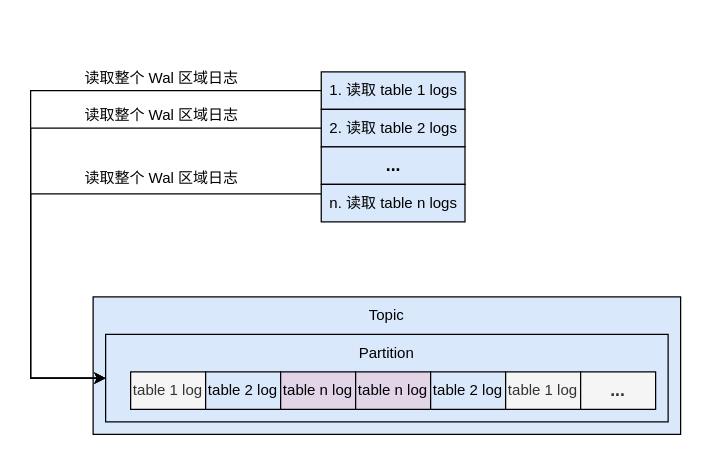
The draw.io diagram kafkawal.drawio in Rachelint/drawio-store, before the edit. Source tidied: cells renumbered, new cells numbered last; positions are measured from the earlier drawing's top-left corner, leaving out a move shared by most shapes. Both pictures are drawn from the tidied source at 125%, with x=0, y=0 at pixel (30, 59).
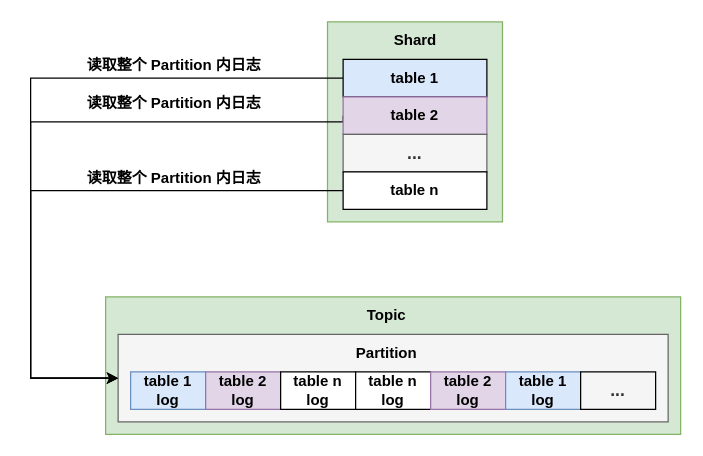
The same diagram, later.

Diff of the diagram source:
```diff
@@
+    <mxCell id="23" style="rounded=0;whiteSpace=wrap;html=1;fillColor=#d5e8d4;strokeColor=#82b366;fontStyle=1;" parent="1" vertex="1">
+      <mxGeometry x="237.5" y="-30" width="140" height="160" as="geometry" />
+    </mxCell>
-    <mxCell id="2" style="rounded=0;whiteSpace=wrap;html=1;fillColor=#dae8fc;strokeColor=#000000;" parent="1" vertex="1">
-      <mxGeometry x="50" y="190" width="470" height="110" as="geometry" />
+    <mxCell id="2" style="rounded=0;whiteSpace=wrap;html=1;fillColor=#d5e8d4;strokeColor=#82b366;fontStyle=1;" parent="1" vertex="1">
+      <mxGeometry x="60" y="190" width="460" height="110" as="geometry" />
     </mxCell>
-    <mxCell id="3" style="rounded=0;whiteSpace=wrap;html=1;fillColor=#dae8fc;strokeColor=#000000;" parent="1" vertex="1">
-      <mxGeometry x="60" y="220" width="450" height="70" as="geometry" />
+    <mxCell id="3" style="rounded=0;whiteSpace=wrap;html=1;fillColor=#f5f5f5;strokeColor=#666666;fontColor=#333333;fontStyle=1;" parent="1" vertex="1">
+      <mxGeometry x="70" y="220" width="440" height="70" as="geometry" />
     </mxCell>
-    <mxCell id="4" value="table 1 log" style="rounded=0;whiteSpace=wrap;html=1;labelBackgroundColor=none;fillColor=#f5f5f5;strokeColor=#000000;fontColor=#333333;" parent="1" vertex="1">
+    <mxCell id="4" value="table 1 log" style="rounded=0;whiteSpace=wrap;html=1;labelBackgroundColor=none;fillColor=#dae8fc;strokeColor=#6c8ebf;fontStyle=1;" parent="1" vertex="1">
       <mxGeometry x="80" y="250" width="60" height="30" as="geometry" />
     </mxCell>
-    <mxCell id="5" value="table 2 log" style="rounded=0;whiteSpace=wrap;html=1;labelBackgroundColor=none;fillColor=#dae8fc;strokeColor=#000000;" parent="1" vertex="1">
+    <mxCell id="5" value="table 2 log" style="rounded=0;whiteSpace=wrap;html=1;labelBackgroundColor=none;fillColor=#e1d5e7;strokeColor=#9673a6;fontStyle=1;" parent="1" vertex="1">
       <mxGeometry x="140" y="250" width="60" height="30" as="geometry" />
     </mxCell>
-    <mxCell id="6" value="table n log" style="rounded=0;whiteSpace=wrap;html=1;labelBackgroundColor=none;fillColor=#e1d5e7;strokeColor=#000000;" parent="1" vertex="1">
+    <mxCell id="6" value="table n log" style="rounded=0;whiteSpace=wrap;html=1;labelBackgroundColor=none;fontStyle=1;" parent="1" vertex="1">
       <mxGeometry x="200" y="250" width="60" height="30" as="geometry" />
     </mxCell>
-    <mxCell id="7" value="table n log" style="rounded=0;whiteSpace=wrap;html=1;labelBackgroundColor=none;fillColor=#e1d5e7;strokeColor=#000000;" parent="1" vertex="1">
+    <mxCell id="7" value="table n log" style="rounded=0;whiteSpace=wrap;html=1;labelBackgroundColor=none;fontStyle=1;" parent="1" vertex="1">
       <mxGeometry x="260" y="250" width="60" height="30" as="geometry" />
     </mxCell>
-    <mxCell id="8" value="table 2 log" style="rounded=0;whiteSpace=wrap;html=1;labelBackgroundColor=none;fillColor=#dae8fc;strokeColor=#000000;" parent="1" vertex="1">
+    <mxCell id="8" value="table 2 log" style="rounded=0;whiteSpace=wrap;html=1;labelBackgroundColor=none;fillColor=#e1d5e7;strokeColor=#9673a6;fontStyle=1;" parent="1" vertex="1">
       <mxGeometry x="320" y="250" width="60" height="30" as="geometry" />
     </mxCell>
-    <mxCell id="9" value="table 1 log" style="rounded=0;whiteSpace=wrap;html=1;labelBackgroundColor=none;fillColor=#f5f5f5;strokeColor=#000000;fontColor=#333333;" parent="1" vertex="1">
+    <mxCell id="9" value="table 1 log" style="rounded=0;whiteSpace=wrap;html=1;labelBackgroundColor=none;fillColor=#dae8fc;strokeColor=#6c8ebf;fontStyle=1;" parent="1" vertex="1">
       <mxGeometry x="380" y="250" width="60" height="30" as="geometry" />
     </mxCell>
-    <mxCell id="10" value="&lt;b&gt;&lt;font style=&quot;font-size: 14px;&quot;&gt;...&lt;/font&gt;&lt;/b&gt;" style="rounded=0;whiteSpace=wrap;html=1;labelBackgroundColor=none;fillColor=#f5f5f5;strokeColor=#000000;fontColor=#333333;" parent="1" vertex="1">
+    <mxCell id="10" value="&lt;span&gt;&lt;font style=&quot;font-size: 14px;&quot;&gt;...&lt;/font&gt;&lt;/span&gt;" style="rounded=0;whiteSpace=wrap;html=1;labelBackgroundColor=none;fillColor=#f5f5f5;strokeColor=#000000;fontColor=#333333;fontStyle=1;" parent="1" vertex="1">
       <mxGeometry x="440" y="250" width="60" height="30" as="geometry" />
     </mxCell>
-    <mxCell id="11" value="Partition" style="text;html=1;strokeColor=none;fillColor=none;align=center;verticalAlign=middle;whiteSpace=wrap;rounded=0;" parent="1" vertex="1">
+    <mxCell id="11" value="Partition" style="text;html=1;strokeColor=none;fillColor=none;align=center;verticalAlign=middle;whiteSpace=wrap;rounded=0;fontStyle=1;" parent="1" vertex="1">
       <mxGeometry x="255" y="220" width="60" height="30" as="geometry" />
     </mxCell>
-    <mxCell id="12" value="Topic" style="text;html=1;strokeColor=none;fillColor=none;align=center;verticalAlign=middle;whiteSpace=wrap;rounded=0;" parent="1" vertex="1">
+    <mxCell id="12" value="Topic" style="text;html=1;strokeColor=none;fillColor=none;align=center;verticalAlign=middle;whiteSpace=wrap;rounded=0;fontStyle=1;" parent="1" vertex="1">
       <mxGeometry x="255" y="190" width="60" height="30" as="geometry" />
     </mxCell>
-    <mxCell id="13" style="edgeStyle=orthogonalEdgeStyle;rounded=0;jettySize=auto;html=1;exitX=0;exitY=0.5;exitDx=0;exitDy=0;entryX=0;entryY=0.5;entryDx=0;entryDy=0;" parent="1" edge="1" source="14" target="3">
-      <mxGeometry relative="1" as="geometry">
-        <Array as="points">
-          <mxPoint y="25" />
-          <mxPoint y="255" />
-        </Array>
-      </mxGeometry>
-    </mxCell>
-    <mxCell id="14" value="1. 读取 table 1 logs" style="rounded=0;whiteSpace=wrap;html=1;fillColor=#dae8fc;strokeColor=#000000;" parent="1" vertex="1">
-      <mxGeometry x="232.5" y="10" width="115" height="30" as="geometry" />
-    </mxCell>
-    <mxCell id="15" style="edgeStyle=orthogonalEdgeStyle;rounded=0;jettySize=auto;html=1;exitX=0;exitY=0.5;exitDx=0;exitDy=0;entryX=0;entryY=0.5;entryDx=0;entryDy=0;" parent="1" edge="1" source="16" target="3">
-      <mxGeometry relative="1" as="geometry">
-        <Array as="points">
-          <mxPoint y="55" />
-          <mxPoint y="255" />
-        </Array>
-      </mxGeometry>
-    </mxCell>
-    <mxCell id="16" value="2. 读取 table 2 logs" style="rounded=0;whiteSpace=wrap;html=1;fillColor=#dae8fc;strokeColor=#000000;" parent="1" vertex="1">
-      <mxGeometry x="232.5" y="40" width="115" height="30" as="geometry" />
-    </mxCell>
+    <mxCell id="20" value="读取整个 Partition 内日志" style="text;html=1;strokeColor=none;fillColor=none;align=center;verticalAlign=middle;whiteSpace=wrap;rounded=0;fontStyle=1;" parent="1" vertex="1">
+      <mxGeometry x="40" y="-10" width="150" height="30" as="geometry" />
+    </mxCell>
+    <mxCell id="24" style="edgeStyle=orthogonalEdgeStyle;rounded=0;jettySize=auto;html=1;exitX=0;exitY=0.5;exitDx=0;exitDy=0;entryX=0;entryY=0.5;entryDx=0;entryDy=0;fontStyle=1;" parent="1" edge="1" source="25" target="3">
+      <mxGeometry relative="1" as="geometry">
+        <Array as="points">
+          <mxPoint y="15" />
+          <mxPoint y="255" />
+        </Array>
+      </mxGeometry>
+    </mxCell>
+    <mxCell id="25" value="table 1" style="rounded=0;whiteSpace=wrap;html=1;fillColor=#dae8fc;strokeColor=#000000;fontStyle=1;" parent="1" vertex="1">
+      <mxGeometry x="250" width="115" height="30" as="geometry" />
+    </mxCell>
+    <mxCell id="26" style="edgeStyle=orthogonalEdgeStyle;rounded=0;jettySize=auto;html=1;exitX=0;exitY=0.5;exitDx=0;exitDy=0;entryX=0;entryY=0.5;entryDx=0;entryDy=0;fontStyle=1;" parent="1" edge="1" source="27" target="3">
+      <mxGeometry relative="1" as="geometry">
+        <Array as="points">
+          <mxPoint y="50" />
+          <mxPoint y="255" />
+        </Array>
+      </mxGeometry>
+    </mxCell>
+    <mxCell id="27" value="table 2" style="rounded=0;whiteSpace=wrap;html=1;fillColor=#e1d5e7;strokeColor=#9673a6;fontStyle=1;" parent="1" vertex="1">
+      <mxGeometry x="250" y="30" width="115" height="30" as="geometry" />
+    </mxCell>
-    <mxCell id="17" value="&lt;font style=&quot;font-size: 14px;&quot;&gt;&lt;b&gt;...&lt;/b&gt;&lt;/font&gt;" style="rounded=0;whiteSpace=wrap;html=1;fillColor=#dae8fc;strokeColor=#000000;" parent="1" vertex="1">
-      <mxGeometry x="232.5" y="70" width="115" height="30" as="geometry" />
+    <mxCell id="17" value="&lt;font style=&quot;font-size: 14px;&quot;&gt;&lt;span&gt;...&lt;/span&gt;&lt;/font&gt;" style="rounded=0;whiteSpace=wrap;html=1;fillColor=#f5f5f5;strokeColor=#666666;fontColor=#333333;fontStyle=1;" parent="1" vertex="1">
+      <mxGeometry x="250" y="60" width="115" height="30" as="geometry" />
     </mxCell>
-    <mxCell id="18" style="edgeStyle=orthogonalEdgeStyle;rounded=0;jettySize=auto;html=1;exitX=0;exitY=0.25;exitDx=0;exitDy=0;entryX=0;entryY=0.5;entryDx=0;entryDy=0;" parent="1" edge="1" source="19" target="3">
-      <mxGeometry relative="1" as="geometry">
-        <Array as="points">
-          <mxPoint y="108" />
-          <mxPoint y="255" />
-        </Array>
-      </mxGeometry>
-    </mxCell>
-    <mxCell id="19" value="n. 读取 table n logs" style="rounded=0;whiteSpace=wrap;html=1;fillColor=#dae8fc;strokeColor=#000000;" parent="1" vertex="1">
-      <mxGeometry x="232.5" y="100" width="115" height="30" as="geometry" />
-    </mxCell>
-    <mxCell id="20" value="读取整个 Wal 区域日志" style="text;html=1;strokeColor=none;fillColor=none;align=center;verticalAlign=middle;whiteSpace=wrap;rounded=0;" parent="1" vertex="1">
-      <mxGeometry x="40" width="130" height="30" as="geometry" />
-    </mxCell>
-    <mxCell id="21" value="读取整个 Wal 区域日志" style="text;html=1;strokeColor=none;fillColor=none;align=center;verticalAlign=middle;whiteSpace=wrap;rounded=0;" parent="1" vertex="1">
-      <mxGeometry x="40" y="30" width="130" height="30" as="geometry" />
-    </mxCell>
-    <mxCell id="22" value="读取整个 Wal 区域日志" style="text;html=1;strokeColor=none;fillColor=none;align=center;verticalAlign=middle;whiteSpace=wrap;rounded=0;" parent="1" vertex="1">
-      <mxGeometry x="40" y="80" width="130" height="30" as="geometry" />
-    </mxCell>
+    <mxCell id="28" style="edgeStyle=orthogonalEdgeStyle;rounded=0;jettySize=auto;html=1;exitX=0;exitY=0.5;exitDx=0;exitDy=0;entryX=0;entryY=0.5;entryDx=0;entryDy=0;strokeColor=#000000;fontStyle=1;" parent="1" edge="1" source="29" target="3">
+      <mxGeometry relative="1" as="geometry">
+        <Array as="points">
+          <mxPoint y="105" />
+          <mxPoint y="255" />
+        </Array>
+      </mxGeometry>
+    </mxCell>
+    <mxCell id="29" value="table n" style="rounded=0;whiteSpace=wrap;html=1;fontStyle=1;" parent="1" vertex="1">
+      <mxGeometry x="250" y="90" width="115" height="30" as="geometry" />
+    </mxCell>
+    <mxCell id="30" value="Shard" style="text;html=1;strokeColor=none;fillColor=none;align=center;verticalAlign=middle;whiteSpace=wrap;rounded=0;fontStyle=1;" parent="1" vertex="1">
+      <mxGeometry x="278" y="-30" width="60" height="30" as="geometry" />
+    </mxCell>
+    <mxCell id="31" value="读取整个 Partition 内日志" style="text;html=1;strokeColor=none;fillColor=none;align=center;verticalAlign=middle;whiteSpace=wrap;rounded=0;fontStyle=1;" parent="1" vertex="1">
+      <mxGeometry x="40" y="20" width="150" height="30" as="geometry" />
+    </mxCell>
+    <mxCell id="32" value="读取整个 Partition 内日志" style="text;html=1;strokeColor=none;fillColor=none;align=center;verticalAlign=middle;whiteSpace=wrap;rounded=0;fontStyle=1;" parent="1" vertex="1">
+      <mxGeometry x="40" y="80" width="150" height="30" as="geometry" />
+    </mxCell>
```
